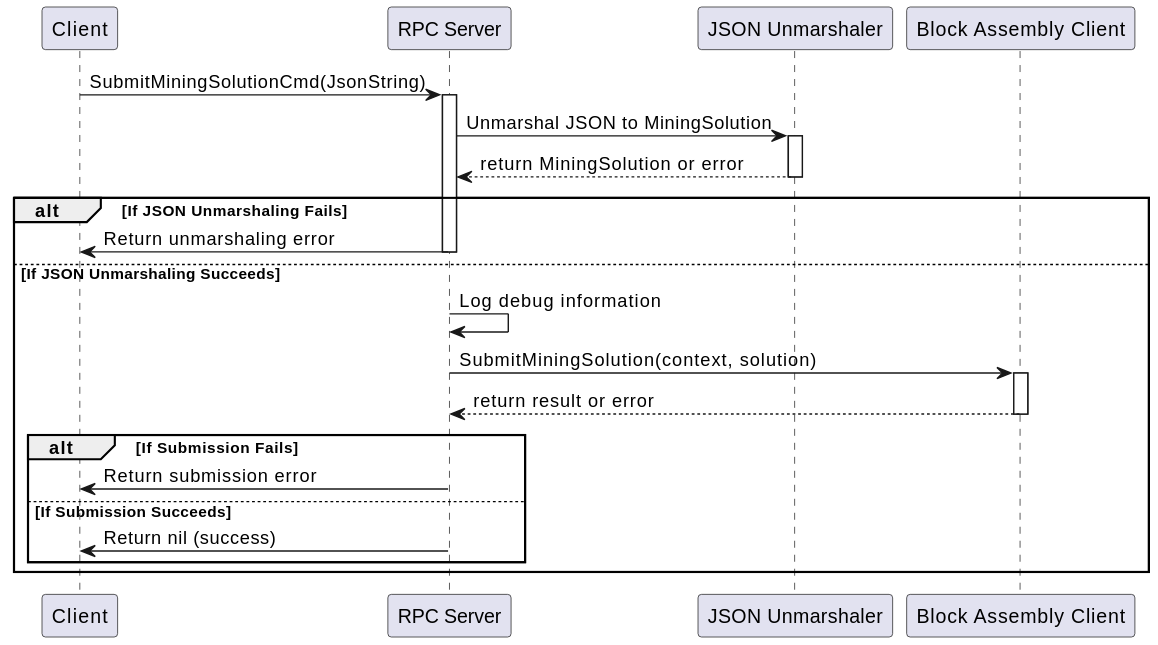
Before: docs/services/img/plantuml/rpc/rpc-submit-mining-solution.svg, a diagram exported from PlantUML (freemans13/teranode).
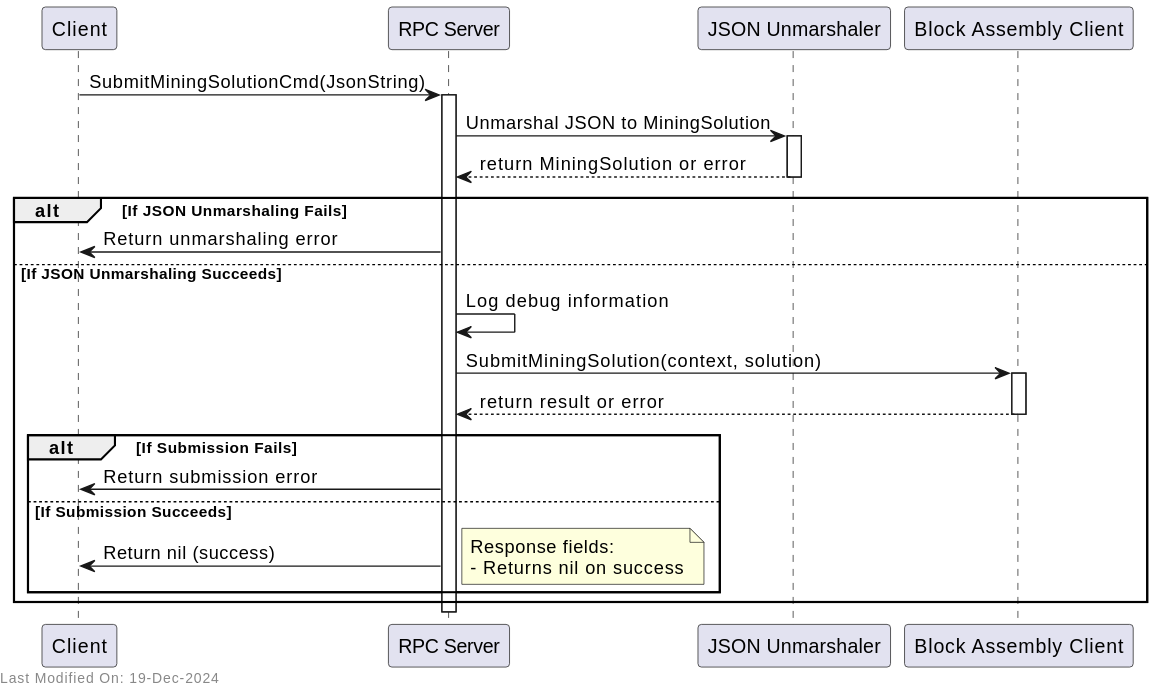
After the commit.

Diff of the diagram source:
```diff
@@ -7,7 +7,6 @@
 Client -> RPC : SubmitMiningSolutionCmd(JsonString)
 activate RPC
 
-
 RPC -> Unmarshaler : Unmarshal JSON to MiningSolution
 activate Unmarshaler
 Unmarshaler --> RPC : return MiningSolution or error
@@ -15,7 +14,6 @@
 
 alt If JSON Unmarshaling Fails
     RPC -> Client : Return unmarshaling error
-    deactivate RPC
 else If JSON Unmarshaling Succeeds
     RPC -> RPC : Log debug information
 
@@ -26,10 +24,16 @@
 
     alt If Submission Fails
         RPC -> Client : Return submission error
-        deactivate RPC
     else If Submission Succeeds
         RPC -> Client : Return nil (success)
-        deactivate RPC
+        note right
+        Response fields:
+        - Returns nil on success
+        end note
     end
 end
+
+deactivate RPC
+
+left footer Last Modified On: %date("dd-MMM-yyyy")
 @enduml
```
